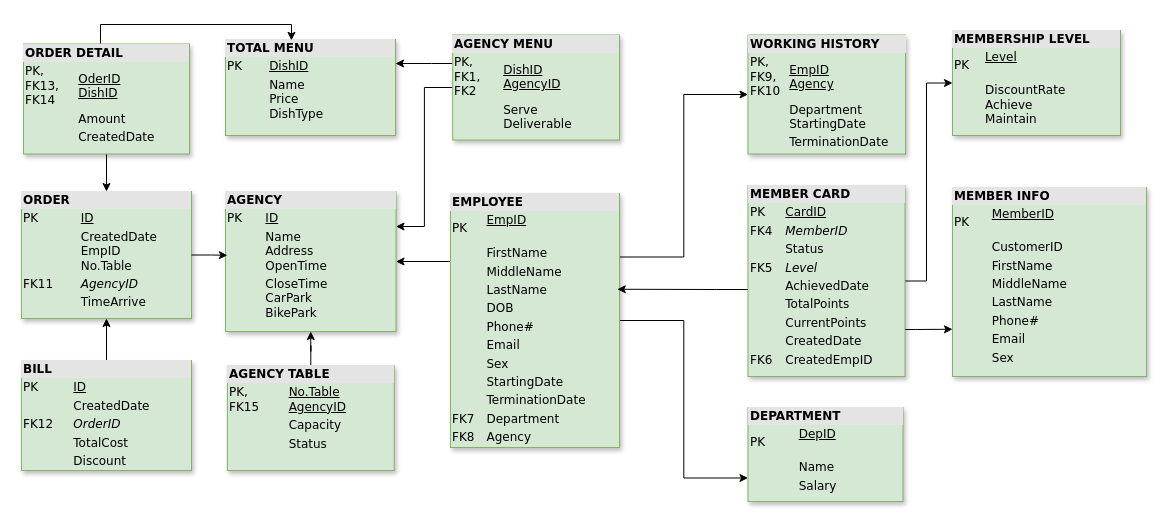
Earlier version of the draw.io diagram Diagrams/Biểu đồ không có tiêu đề.drawio (huukhanh0653/AdvancedDatabase). Source tidied: cells renumbered, new cells numbered last; positions are measured from the earlier drawing's top-left corner, leaving out a move shared by most shapes. Both pictures are drawn from the tidied source at 100%, with x=0, y=0 at pixel (21, 24).
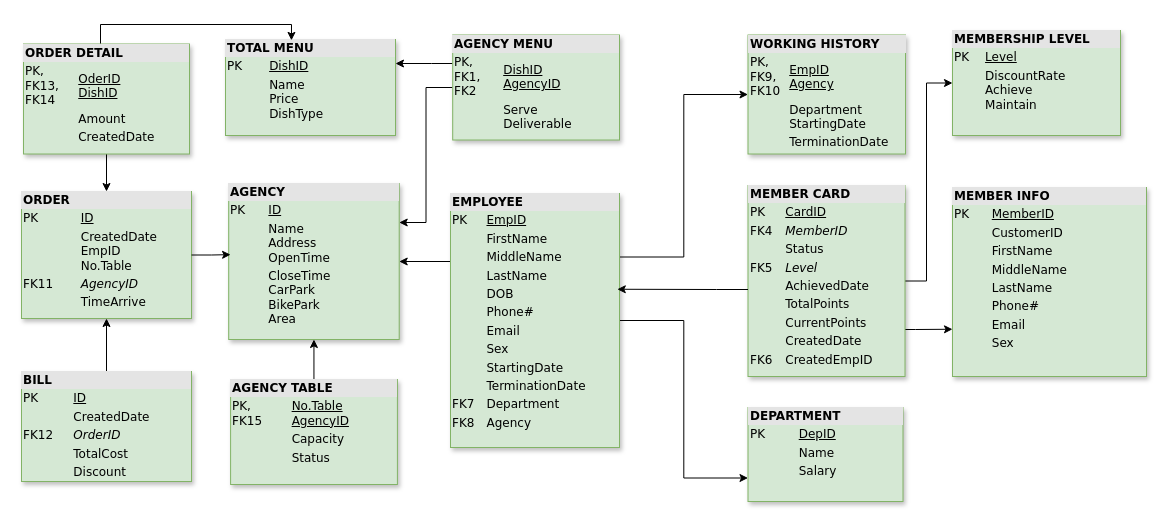
Above is the later version.

Commit message:
Cập nhật Biểu đồ không có tiêu đề.drawio

The edit, as a diff of the source:
```diff
@@
-    <mxCell id="2" value="&lt;div style=&quot;box-sizing:border-box;width:100%;background:#e4e4e4;padding:2px;&quot;&gt;&lt;b&gt;AGENCY&lt;/b&gt;&lt;/div&gt;&lt;table style=&quot;width:100%;font-size:1em;&quot; cellpadding=&quot;2&quot; cellspacing=&quot;0&quot;&gt;&lt;tbody&gt;&lt;tr&gt;&lt;td&gt;PK&lt;/td&gt;&lt;td&gt;&lt;u&gt;ID&lt;/u&gt;&lt;/td&gt;&lt;/tr&gt;&lt;tr&gt;&lt;td&gt;&lt;br&gt;&lt;/td&gt;&lt;td&gt;Name&lt;br&gt;Address&lt;br&gt;OpenTime&lt;/td&gt;&lt;/tr&gt;&lt;tr&gt;&lt;td&gt;&lt;/td&gt;&lt;td&gt;CloseTime&lt;br&gt;CarPark&lt;br&gt;BikePark&lt;/td&gt;&lt;/tr&gt;&lt;/tbody&gt;&lt;/table&gt;" style="verticalAlign=top;align=left;overflow=fill;html=1;rounded=0;shadow=1;comic=0;labelBackgroundColor=none;strokeWidth=1;fontFamily=Verdana;fontSize=12;glass=0;fillStyle=auto;fillColor=#d5e8d4;strokeColor=#82b366;" parent="1" vertex="1">
-      <mxGeometry x="204" y="167" width="170.5" height="140" as="geometry" />
+    <mxCell id="2" value="&lt;div style=&quot;box-sizing:border-box;width:100%;background:#e4e4e4;padding:2px;&quot;&gt;&lt;b&gt;AGENCY&lt;/b&gt;&lt;/div&gt;&lt;table style=&quot;width:100%;font-size:1em;&quot; cellpadding=&quot;2&quot; cellspacing=&quot;0&quot;&gt;&lt;tbody&gt;&lt;tr&gt;&lt;td&gt;PK&lt;/td&gt;&lt;td&gt;&lt;u&gt;ID&lt;/u&gt;&lt;/td&gt;&lt;/tr&gt;&lt;tr&gt;&lt;td&gt;&lt;br&gt;&lt;/td&gt;&lt;td&gt;Name&lt;br&gt;Address&lt;br&gt;OpenTime&lt;/td&gt;&lt;/tr&gt;&lt;tr&gt;&lt;td&gt;&lt;/td&gt;&lt;td&gt;CloseTime&lt;br&gt;CarPark&lt;br&gt;BikePark&lt;br&gt;Area&lt;/td&gt;&lt;/tr&gt;&lt;/tbody&gt;&lt;/table&gt;" style="verticalAlign=top;align=left;overflow=fill;html=1;rounded=0;shadow=1;comic=0;labelBackgroundColor=none;strokeWidth=1;fontFamily=Verdana;fontSize=12;glass=0;fillStyle=auto;fillColor=#d5e8d4;strokeColor=#82b366;" parent="1" vertex="1">
+      <mxGeometry x="207.2" y="159" width="170.5" height="156" as="geometry" />
     </mxCell>
@@
-    <mxCell id="10" value="&lt;div style=&quot;box-sizing: border-box ; width: 100% ; background: #e4e4e4 ; padding: 2px&quot;&gt;&lt;b&gt;MEMBERSHIP LEVEL&lt;/b&gt;&lt;/div&gt;&lt;table style=&quot;width: 100% ; font-size: 1em&quot; cellpadding=&quot;2&quot; cellspacing=&quot;0&quot;&gt;&lt;tbody&gt;&lt;tr&gt;&lt;td&gt;PK&lt;/td&gt;&lt;td&gt;&lt;u&gt;Level&lt;br&gt;&lt;br&gt;&lt;/u&gt;&lt;/td&gt;&lt;/tr&gt;&lt;tr&gt;&lt;td&gt;&lt;u&gt;&lt;br&gt;&lt;/u&gt;&lt;/td&gt;&lt;td&gt;DiscountRate&lt;br&gt;Achieve&lt;br&gt;Maintain&lt;/td&gt;&lt;/tr&gt;&lt;tr&gt;&lt;td&gt;&lt;/td&gt;&lt;td&gt;&lt;br&gt;&lt;/td&gt;&lt;/tr&gt;&lt;/tbody&gt;&lt;/table&gt;" style="verticalAlign=top;align=left;overflow=fill;html=1;rounded=0;shadow=1;comic=0;labelBackgroundColor=none;strokeWidth=1;fontFamily=Verdana;fontSize=12;glass=0;fillStyle=auto;fillColor=#d5e8d4;strokeColor=#82b366;" parent="1" vertex="1">
+    <mxCell id="10" value="&lt;div style=&quot;box-sizing: border-box ; width: 100% ; background: #e4e4e4 ; padding: 2px&quot;&gt;&lt;b&gt;MEMBERSHIP LEVEL&lt;/b&gt;&lt;/div&gt;&lt;table style=&quot;width: 100% ; font-size: 1em&quot; cellpadding=&quot;2&quot; cellspacing=&quot;0&quot;&gt;&lt;tbody&gt;&lt;tr&gt;&lt;td&gt;PK&lt;/td&gt;&lt;td&gt;&lt;u&gt;Level&lt;br&gt;&lt;/u&gt;&lt;/td&gt;&lt;/tr&gt;&lt;tr&gt;&lt;td&gt;&lt;u&gt;&lt;br&gt;&lt;/u&gt;&lt;/td&gt;&lt;td&gt;DiscountRate&lt;br&gt;Achieve&lt;br&gt;Maintain&lt;/td&gt;&lt;/tr&gt;&lt;tr&gt;&lt;td&gt;&lt;/td&gt;&lt;td&gt;&lt;br&gt;&lt;/td&gt;&lt;/tr&gt;&lt;/tbody&gt;&lt;/table&gt;" style="verticalAlign=top;align=left;overflow=fill;html=1;rounded=0;shadow=1;comic=0;labelBackgroundColor=none;strokeWidth=1;fontFamily=Verdana;fontSize=12;glass=0;fillStyle=auto;fillColor=#d5e8d4;strokeColor=#82b366;" parent="1" vertex="1">
       <mxGeometry x="931" y="6" width="168" height="105" as="geometry" />
     </mxCell>
-    <mxCell id="11" value="&lt;div style=&quot;box-sizing: border-box ; width: 100% ; background: #e4e4e4 ; padding: 2px&quot;&gt;&lt;b&gt;MEMBER INFO&lt;/b&gt;&lt;/div&gt;&lt;table style=&quot;width: 100% ; font-size: 1em&quot; cellpadding=&quot;2&quot; cellspacing=&quot;0&quot;&gt;&lt;tbody&gt;&lt;tr&gt;&lt;td&gt;PK&lt;/td&gt;&lt;td&gt;&lt;u&gt;MemberID&lt;br&gt;&lt;br&gt;&lt;/u&gt;&lt;/td&gt;&lt;/tr&gt;&lt;tr&gt;&lt;td&gt;&lt;/td&gt;&lt;td&gt;CustomerID&lt;/td&gt;&lt;/tr&gt;&lt;tr&gt;&lt;td&gt;&lt;/td&gt;&lt;td&gt;FirstName&lt;/td&gt;&lt;/tr&gt;&lt;tr&gt;&lt;td&gt;&lt;/td&gt;&lt;td&gt;MiddleName&lt;/td&gt;&lt;/tr&gt;&lt;tr&gt;&lt;td&gt;&lt;/td&gt;&lt;td&gt;LastName&lt;/td&gt;&lt;/tr&gt;&lt;tr&gt;&lt;td&gt;&lt;/td&gt;&lt;td&gt;Phone#&lt;/td&gt;&lt;/tr&gt;&lt;tr&gt;&lt;td&gt;&lt;/td&gt;&lt;td&gt;Email&lt;/td&gt;&lt;/tr&gt;&lt;tr&gt;&lt;td&gt;&lt;/td&gt;&lt;td&gt;Sex&lt;/td&gt;&lt;/tr&gt;&lt;tr&gt;&lt;td&gt;&lt;br&gt;&lt;/td&gt;&lt;td&gt;&lt;br&gt;&lt;/td&gt;&lt;/tr&gt;&lt;/tbody&gt;&lt;/table&gt;" style="verticalAlign=top;align=left;overflow=fill;html=1;rounded=0;shadow=1;comic=0;labelBackgroundColor=none;strokeWidth=1;fontFamily=Verdana;fontSize=12;glass=0;fillStyle=auto;fillColor=#d5e8d4;strokeColor=#82b366;" parent="1" vertex="1">
+    <mxCell id="11" value="&lt;div style=&quot;box-sizing: border-box ; width: 100% ; background: #e4e4e4 ; padding: 2px&quot;&gt;&lt;b&gt;MEMBER INFO&lt;/b&gt;&lt;/div&gt;&lt;table style=&quot;width: 100% ; font-size: 1em&quot; cellpadding=&quot;2&quot; cellspacing=&quot;0&quot;&gt;&lt;tbody&gt;&lt;tr&gt;&lt;td&gt;PK&lt;/td&gt;&lt;td&gt;&lt;u&gt;MemberID&lt;br&gt;&lt;/u&gt;&lt;/td&gt;&lt;/tr&gt;&lt;tr&gt;&lt;td&gt;&lt;/td&gt;&lt;td&gt;CustomerID&lt;/td&gt;&lt;/tr&gt;&lt;tr&gt;&lt;td&gt;&lt;/td&gt;&lt;td&gt;FirstName&lt;/td&gt;&lt;/tr&gt;&lt;tr&gt;&lt;td&gt;&lt;/td&gt;&lt;td&gt;MiddleName&lt;/td&gt;&lt;/tr&gt;&lt;tr&gt;&lt;td&gt;&lt;/td&gt;&lt;td&gt;LastName&lt;/td&gt;&lt;/tr&gt;&lt;tr&gt;&lt;td&gt;&lt;/td&gt;&lt;td&gt;Phone#&lt;/td&gt;&lt;/tr&gt;&lt;tr&gt;&lt;td&gt;&lt;/td&gt;&lt;td&gt;Email&lt;/td&gt;&lt;/tr&gt;&lt;tr&gt;&lt;td&gt;&lt;/td&gt;&lt;td&gt;Sex&lt;/td&gt;&lt;/tr&gt;&lt;tr&gt;&lt;td&gt;&lt;br&gt;&lt;/td&gt;&lt;td&gt;&lt;br&gt;&lt;/td&gt;&lt;/tr&gt;&lt;/tbody&gt;&lt;/table&gt;" style="verticalAlign=top;align=left;overflow=fill;html=1;rounded=0;shadow=1;comic=0;labelBackgroundColor=none;strokeWidth=1;fontFamily=Verdana;fontSize=12;glass=0;fillStyle=auto;fillColor=#d5e8d4;strokeColor=#82b366;" parent="1" vertex="1">
       <mxGeometry x="931" y="163" width="194" height="189" as="geometry" />
     </mxCell>
@@
-    <mxCell id="15" value="&lt;div style=&quot;box-sizing: border-box ; width: 100% ; background: #e4e4e4 ; padding: 2px&quot;&gt;&lt;b&gt;EMPLOYEE&lt;/b&gt;&lt;/div&gt;&lt;table cellspacing=&quot;0&quot; cellpadding=&quot;2&quot; style=&quot;width: 100% ; font-size: 1em&quot;&gt;&lt;tbody&gt;&lt;tr&gt;&lt;td&gt;PK&lt;/td&gt;&lt;td&gt;&lt;u&gt;EmpID&lt;br&gt;&lt;br&gt;&lt;/u&gt;&lt;/td&gt;&lt;/tr&gt;&lt;tr&gt;&lt;td&gt;&lt;/td&gt;&lt;td&gt;FirstName&lt;/td&gt;&lt;/tr&gt;&lt;tr&gt;&lt;td&gt;&lt;/td&gt;&lt;td&gt;MiddleName&lt;/td&gt;&lt;/tr&gt;&lt;tr&gt;&lt;td&gt;&lt;/td&gt;&lt;td&gt;LastName&lt;/td&gt;&lt;/tr&gt;&lt;tr&gt;&lt;td&gt;&lt;/td&gt;&lt;td&gt;DOB&lt;/td&gt;&lt;/tr&gt;&lt;tr&gt;&lt;td&gt;&lt;/td&gt;&lt;td&gt;Phone#&lt;/td&gt;&lt;/tr&gt;&lt;tr&gt;&lt;td&gt;&lt;/td&gt;&lt;td&gt;Email&lt;/td&gt;&lt;/tr&gt;&lt;tr&gt;&lt;td&gt;&lt;/td&gt;&lt;td&gt;Sex&lt;/td&gt;&lt;/tr&gt;&lt;tr&gt;&lt;td&gt;&lt;/td&gt;&lt;td&gt;StartingDate&lt;/td&gt;&lt;/tr&gt;&lt;tr&gt;&lt;td&gt;&lt;/td&gt;&lt;td&gt;TerminationDate&lt;/td&gt;&lt;/tr&gt;&lt;tr&gt;&lt;td&gt;FK7&lt;/td&gt;&lt;td&gt;Department&lt;/td&gt;&lt;/tr&gt;&lt;tr&gt;&lt;td&gt;FK8&lt;/td&gt;&lt;td&gt;Agency&lt;/td&gt;&lt;/tr&gt;&lt;/tbody&gt;&lt;/table&gt;" style="verticalAlign=top;align=left;overflow=fill;html=1;rounded=0;shadow=1;comic=0;labelBackgroundColor=none;strokeWidth=1;fontFamily=Verdana;fontSize=12;glass=0;fillStyle=auto;fillColor=#d5e8d4;strokeColor=#82b366;" parent="1" vertex="1">
+    <mxCell id="15" value="&lt;div style=&quot;box-sizing: border-box ; width: 100% ; background: #e4e4e4 ; padding: 2px&quot;&gt;&lt;b&gt;EMPLOYEE&lt;/b&gt;&lt;/div&gt;&lt;table cellspacing=&quot;0&quot; cellpadding=&quot;2&quot; style=&quot;width: 100% ; font-size: 1em&quot;&gt;&lt;tbody&gt;&lt;tr&gt;&lt;td&gt;PK&lt;/td&gt;&lt;td&gt;&lt;u&gt;EmpID&lt;br&gt;&lt;/u&gt;&lt;/td&gt;&lt;/tr&gt;&lt;tr&gt;&lt;td&gt;&lt;/td&gt;&lt;td&gt;FirstName&lt;/td&gt;&lt;/tr&gt;&lt;tr&gt;&lt;td&gt;&lt;/td&gt;&lt;td&gt;MiddleName&lt;/td&gt;&lt;/tr&gt;&lt;tr&gt;&lt;td&gt;&lt;/td&gt;&lt;td&gt;LastName&lt;/td&gt;&lt;/tr&gt;&lt;tr&gt;&lt;td&gt;&lt;/td&gt;&lt;td&gt;DOB&lt;/td&gt;&lt;/tr&gt;&lt;tr&gt;&lt;td&gt;&lt;/td&gt;&lt;td&gt;Phone#&lt;/td&gt;&lt;/tr&gt;&lt;tr&gt;&lt;td&gt;&lt;/td&gt;&lt;td&gt;Email&lt;/td&gt;&lt;/tr&gt;&lt;tr&gt;&lt;td&gt;&lt;/td&gt;&lt;td&gt;Sex&lt;/td&gt;&lt;/tr&gt;&lt;tr&gt;&lt;td&gt;&lt;/td&gt;&lt;td&gt;StartingDate&lt;/td&gt;&lt;/tr&gt;&lt;tr&gt;&lt;td&gt;&lt;/td&gt;&lt;td&gt;TerminationDate&lt;/td&gt;&lt;/tr&gt;&lt;tr&gt;&lt;td&gt;FK7&lt;/td&gt;&lt;td&gt;Department&lt;/td&gt;&lt;/tr&gt;&lt;tr&gt;&lt;td&gt;FK8&lt;/td&gt;&lt;td&gt;Agency&lt;/td&gt;&lt;/tr&gt;&lt;/tbody&gt;&lt;/table&gt;" style="verticalAlign=top;align=left;overflow=fill;html=1;rounded=0;shadow=1;comic=0;labelBackgroundColor=none;strokeWidth=1;fontFamily=Verdana;fontSize=12;glass=0;fillStyle=auto;fillColor=#d5e8d4;strokeColor=#82b366;" parent="1" vertex="1">
       <mxGeometry x="429" y="169" width="169" height="254" as="geometry" />
     </mxCell>
-    <mxCell id="16" value="&lt;div style=&quot;box-sizing: border-box ; width: 100% ; background: #e4e4e4 ; padding: 2px&quot;&gt;&lt;b&gt;DEPARTMENT&lt;/b&gt;&lt;/div&gt;&lt;table style=&quot;width: 100% ; font-size: 1em&quot; cellpadding=&quot;2&quot; cellspacing=&quot;0&quot;&gt;&lt;tbody&gt;&lt;tr&gt;&lt;td&gt;PK&lt;/td&gt;&lt;td&gt;&lt;u&gt;DepID&lt;br&gt;&lt;br&gt;&lt;/u&gt;&lt;/td&gt;&lt;/tr&gt;&lt;tr&gt;&lt;td&gt;&lt;/td&gt;&lt;td&gt;Name&lt;/td&gt;&lt;/tr&gt;&lt;tr&gt;&lt;td&gt;&lt;/td&gt;&lt;td&gt;Salary&lt;/td&gt;&lt;/tr&gt;&lt;/tbody&gt;&lt;/table&gt;" style="verticalAlign=top;align=left;overflow=fill;html=1;rounded=0;shadow=1;comic=0;labelBackgroundColor=none;strokeWidth=1;fontFamily=Verdana;fontSize=12;glass=0;fillStyle=auto;fillColor=#d5e8d4;strokeColor=#82b366;" parent="1" vertex="1">
+    <mxCell id="16" value="&lt;div style=&quot;box-sizing: border-box ; width: 100% ; background: #e4e4e4 ; padding: 2px&quot;&gt;&lt;b&gt;DEPARTMENT&lt;/b&gt;&lt;/div&gt;&lt;table style=&quot;width: 100% ; font-size: 1em&quot; cellpadding=&quot;2&quot; cellspacing=&quot;0&quot;&gt;&lt;tbody&gt;&lt;tr&gt;&lt;td&gt;PK&lt;/td&gt;&lt;td&gt;&lt;u&gt;DepID&lt;br&gt;&lt;/u&gt;&lt;/td&gt;&lt;/tr&gt;&lt;tr&gt;&lt;td&gt;&lt;/td&gt;&lt;td&gt;Name&lt;/td&gt;&lt;/tr&gt;&lt;tr&gt;&lt;td&gt;&lt;/td&gt;&lt;td&gt;Salary&lt;/td&gt;&lt;/tr&gt;&lt;/tbody&gt;&lt;/table&gt;" style="verticalAlign=top;align=left;overflow=fill;html=1;rounded=0;shadow=1;comic=0;labelBackgroundColor=none;strokeWidth=1;fontFamily=Verdana;fontSize=12;glass=0;fillStyle=auto;fillColor=#d5e8d4;strokeColor=#82b366;" parent="1" vertex="1">
       <mxGeometry x="726.5" y="383" width="155" height="94" as="geometry" />
     </mxCell>
@@
     <mxCell id="24" value="&lt;div style=&quot;box-sizing:border-box;width:100%;background:#e4e4e4;padding:2px;&quot;&gt;&lt;b&gt;BILL&lt;/b&gt;&lt;/div&gt;&lt;table style=&quot;width:100%;font-size:1em;&quot; cellpadding=&quot;2&quot; cellspacing=&quot;0&quot;&gt;&lt;tbody&gt;&lt;tr&gt;&lt;td&gt;PK&lt;/td&gt;&lt;td&gt;&lt;u&gt;ID&lt;/u&gt;&lt;/td&gt;&lt;/tr&gt;&lt;tr&gt;&lt;td&gt;&amp;nbsp; &amp;nbsp; &amp;nbsp; &amp;nbsp; &amp;nbsp; &amp;nbsp;&amp;nbsp;&lt;/td&gt;&lt;td&gt;CreatedDate&amp;nbsp; &amp;nbsp; &amp;nbsp; &amp;nbsp; &amp;nbsp;&amp;nbsp;&lt;/td&gt;&lt;/tr&gt;&lt;tr&gt;&lt;td&gt;FK12&lt;/td&gt;&lt;td&gt;&lt;i&gt;OrderID&lt;/i&gt;&amp;nbsp; &amp;nbsp;&amp;nbsp;&lt;/td&gt;&lt;/tr&gt;&lt;tr&gt;&lt;td&gt;&lt;/td&gt;&lt;td&gt;TotalCost&lt;/td&gt;&lt;/tr&gt;&lt;tr&gt;&lt;td&gt;&lt;/td&gt;&lt;td&gt;Discount&lt;/td&gt;&lt;/tr&gt;&lt;/tbody&gt;&lt;/table&gt;" style="verticalAlign=top;align=left;overflow=fill;html=1;rounded=0;shadow=1;comic=0;labelBackgroundColor=none;strokeWidth=1;fontFamily=Verdana;fontSize=12;glass=0;fillStyle=auto;fillColor=#d5e8d4;strokeColor=#82b366;" parent="1" vertex="1">
-      <mxGeometry y="336" width="170" height="110" as="geometry" />
+      <mxGeometry y="347" width="170" height="110" as="geometry" />
     </mxCell>
@@
     <mxCell id="26" value="&lt;div style=&quot;box-sizing: border-box ; width: 100% ; background: #e4e4e4 ; padding: 2px&quot;&gt;&lt;b&gt;AGENCY TABLE&lt;/b&gt;&lt;/div&gt;&lt;table style=&quot;width: 100% ; font-size: 1em&quot; cellpadding=&quot;2&quot; cellspacing=&quot;0&quot;&gt;&lt;tbody&gt;&lt;tr&gt;&lt;td&gt;PK, &lt;br&gt;FK15&lt;br&gt;&lt;/td&gt;&lt;td&gt;&lt;u&gt;No.Table&lt;br&gt;&lt;/u&gt;&lt;u&gt;AgencyID&lt;/u&gt;&lt;u&gt;&lt;br&gt;&lt;/u&gt;&lt;/td&gt;&lt;/tr&gt;&lt;tr&gt;&lt;td&gt;&lt;u&gt;&lt;br&gt;&lt;/u&gt;&lt;/td&gt;&lt;td&gt;Capacity&lt;/td&gt;&lt;/tr&gt;&lt;tr&gt;&lt;td&gt;&lt;/td&gt;&lt;td&gt;Status&lt;/td&gt;&lt;/tr&gt;&lt;/tbody&gt;&lt;/table&gt;" style="verticalAlign=top;align=left;overflow=fill;html=1;rounded=0;shadow=1;comic=0;labelBackgroundColor=none;strokeWidth=1;fontFamily=Verdana;fontSize=12;glass=0;fillStyle=auto;fillColor=#d5e8d4;strokeColor=#82b366;" parent="1" vertex="1">
-      <mxGeometry x="205.9" y="341" width="166.8" height="105" as="geometry" />
+      <mxGeometry x="209.1" y="355" width="166.8" height="105" as="geometry" />
     </mxCell>
```
